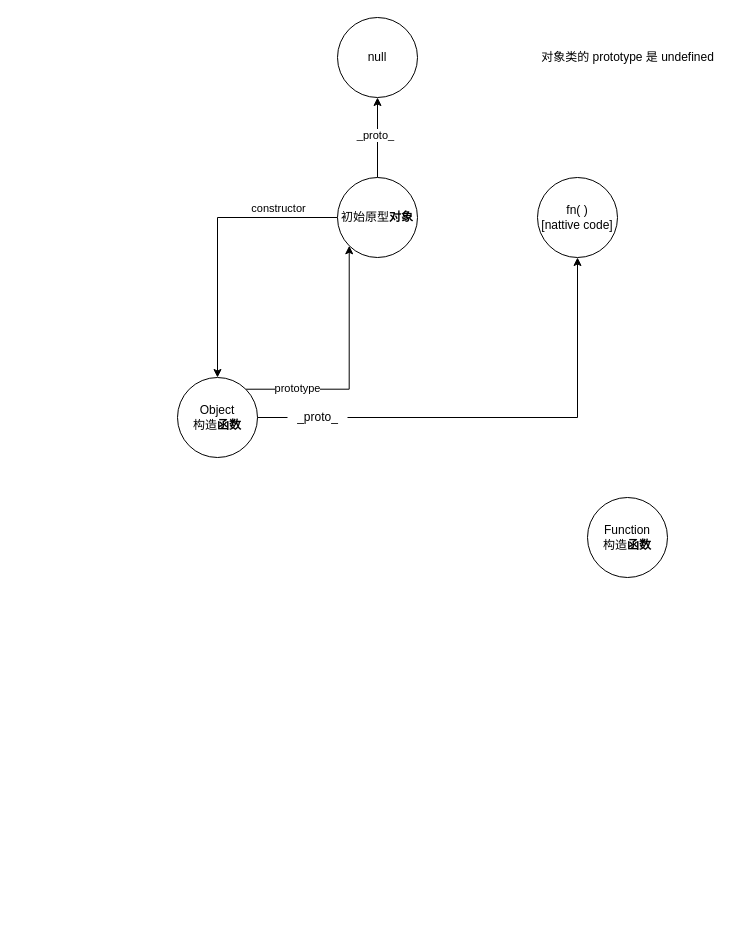
Before: js_object.drawio in landiy/drawio-repo, a draw.io diagram. Source tidied: cells renumbered, new cells numbered last; positions are measured from the earlier drawing's top-left corner, leaving out a move shared by most shapes. Both pictures are drawn from the tidied source at 100%, with x=0, y=0 at pixel (177, 17).
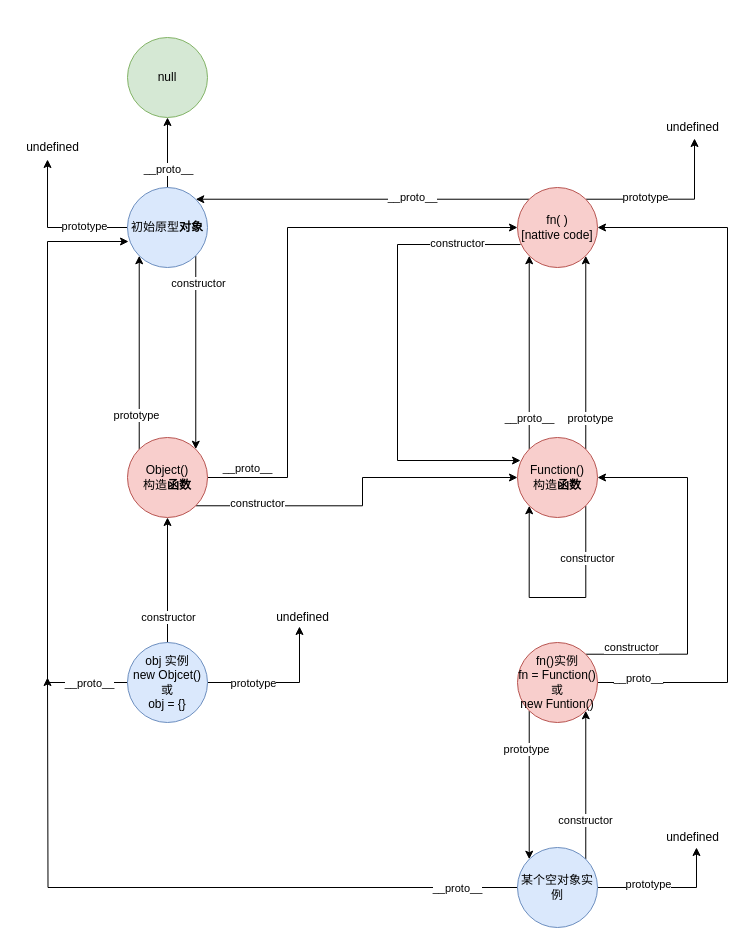
Above is the later version.

The change refers to these unchanged cells:
```xml
<mxCell id="4" style="edgeStyle=orthogonalEdgeStyle;rounded=0;jettySize=auto;html=1;exitX=0.5;exitY=0;exitDx=0;exitDy=0;entryX=0.5;entryY=1;entryDx=0;entryDy=0;" parent="1" edge="1" source="6" target="12">
  <mxGeometry relative="1" as="geometry" />
</mxCell>
```

What changed in the source:
```diff
@@
-    <mxCell id="2" style="edgeStyle=orthogonalEdgeStyle;rounded=0;jettySize=auto;html=1;exitX=0;exitY=0.5;exitDx=0;exitDy=0;" parent="1" edge="1" source="6" target="10">
-      <mxGeometry relative="1" as="geometry" />
-    </mxCell>
-    <mxCell id="3" value="constructor" style="edgeLabel;html=1;align=center;verticalAlign=middle;" parent="2" vertex="1">
-      <mxGeometry x="0.15" y="-1" relative="1" as="geometry">
-        <mxPoint x="61" y="-51" as="offset" />
-      </mxGeometry>
-    </mxCell>
@@
-    <mxCell id="5" value="_proto_" style="edgeLabel;html=1;align=center;verticalAlign=middle;" parent="4" vertex="1">
-      <mxGeometry x="0.07" y="3" relative="1" as="geometry" />
+    <mxCell id="5" value="__proto__" style="edgeLabel;html=1;align=center;verticalAlign=middle;" parent="4" vertex="1">
+      <mxGeometry x="0.07" y="3" relative="1" as="geometry">
+        <mxPoint x="3" y="18" as="offset" />
+      </mxGeometry>
     </mxCell>
+    <mxCell id="17" style="edgeStyle=orthogonalEdgeStyle;rounded=0;jettySize=auto;html=1;exitX=0;exitY=0.5;exitDx=0;exitDy=0;entryX=0.429;entryY=1.1;entryDx=0;entryDy=0;entryPerimeter=0;" parent="1" edge="1" source="6" target="38">
+      <mxGeometry relative="1" as="geometry" />
+    </mxCell>
+    <mxCell id="18" value="prototype" style="edgeLabel;html=1;align=center;verticalAlign=middle;" parent="17" vertex="1">
+      <mxGeometry x="-0.54" relative="1" as="geometry">
+        <mxPoint x="-10" y="-2" as="offset" />
+      </mxGeometry>
+    </mxCell>
+    <mxCell id="2" style="edgeStyle=orthogonalEdgeStyle;rounded=0;jettySize=auto;html=1;exitX=1;exitY=1;exitDx=0;exitDy=0;entryX=1;entryY=0;entryDx=0;entryDy=0;" parent="1" edge="1" source="6" target="10">
+      <mxGeometry relative="1" as="geometry" />
+    </mxCell>
+    <mxCell id="19" value="constructor" style="edgeLabel;html=1;align=center;verticalAlign=middle;" parent="2" vertex="1">
+      <mxGeometry x="-0.61" y="2" relative="1" as="geometry">
+        <mxPoint y="-11" as="offset" />
+      </mxGeometry>
+    </mxCell>
-    <mxCell id="6" value="初始原型&lt;b&gt;对象&lt;/b&gt;" style="ellipse;whiteSpace=wrap;html=1;" parent="1" vertex="1">
-      <mxGeometry x="160" y="160" width="80" height="80" as="geometry" />
+    <mxCell id="6" value="初始原型&lt;b&gt;对象&lt;/b&gt;" style="ellipse;whiteSpace=wrap;html=1;fillColor=#dae8fc;strokeColor=#6c8ebf;" parent="1" vertex="1">
+      <mxGeometry x="-50" y="170" width="80" height="80" as="geometry" />
     </mxCell>
+    <mxCell id="20" style="edgeStyle=orthogonalEdgeStyle;rounded=0;jettySize=auto;html=1;exitX=1;exitY=1;exitDx=0;exitDy=0;entryX=0;entryY=0.5;entryDx=0;entryDy=0;" parent="1" edge="1" source="10" target="11">
+      <mxGeometry relative="1" as="geometry" />
+    </mxCell>
+    <mxCell id="21" value="constructor" style="edgeLabel;html=1;align=center;verticalAlign=middle;" parent="20" vertex="1">
+      <mxGeometry x="-0.72" y="3" relative="1" as="geometry">
+        <mxPoint x="12" as="offset" />
+      </mxGeometry>
+    </mxCell>
-    <mxCell id="7" style="edgeStyle=orthogonalEdgeStyle;rounded=0;jettySize=auto;html=1;exitX=1;exitY=0;exitDx=0;exitDy=0;entryX=0;entryY=1;entryDx=0;entryDy=0;" parent="1" edge="1" source="10" target="6">
+    <mxCell id="7" style="edgeStyle=orthogonalEdgeStyle;rounded=0;jettySize=auto;html=1;exitX=0;exitY=0;exitDx=0;exitDy=0;entryX=0;entryY=1;entryDx=0;entryDy=0;" parent="1" edge="1" source="10" target="6">
       <mxGeometry relative="1" as="geometry" />
     </mxCell>
-    <mxCell id="8" value="prototype" style="edgeLabel;html=1;align=center;verticalAlign=middle;" parent="7" vertex="1">
-      <mxGeometry x="0.6" relative="1" as="geometry">
-        <mxPoint x="-52" y="92" as="offset" />
-      </mxGeometry>
-    </mxCell>
-    <mxCell id="9" style="edgeStyle=orthogonalEdgeStyle;rounded=0;jettySize=auto;html=1;exitX=1;exitY=0.5;exitDx=0;exitDy=0;startArrow=none;" parent="1" edge="1" source="15" target="14">
-      <mxGeometry relative="1" as="geometry" />
-    </mxCell>
+    <mxCell id="22" value="prototype" style="edgeLabel;html=1;align=center;verticalAlign=middle;" parent="7" vertex="1">
+      <mxGeometry x="-0.65" y="3" relative="1" as="geometry" />
+    </mxCell>
+    <mxCell id="23" style="edgeStyle=orthogonalEdgeStyle;rounded=0;jettySize=auto;html=1;exitX=1;exitY=0.5;exitDx=0;exitDy=0;entryX=0;entryY=0.5;entryDx=0;entryDy=0;" parent="1" edge="1" source="10" target="14">
+      <mxGeometry relative="1" as="geometry">
+        <Array as="points">
+          <mxPoint x="110" y="460" />
+          <mxPoint x="110" y="210" />
+        </Array>
+      </mxGeometry>
+    </mxCell>
+    <mxCell id="24" value="__proto__" style="edgeLabel;html=1;align=center;verticalAlign=middle;" parent="23" vertex="1">
+      <mxGeometry x="-0.91" y="2" relative="1" as="geometry">
+        <mxPoint x="14" y="-8" as="offset" />
+      </mxGeometry>
+    </mxCell>
-    <mxCell id="10" value="Object&lt;br&gt;构造&lt;b&gt;函数&lt;/b&gt;" style="ellipse;whiteSpace=wrap;html=1;" parent="1" vertex="1">
-      <mxGeometry y="360" width="80" height="80" as="geometry" />
+    <mxCell id="10" value="Object()&lt;br&gt;构造&lt;b&gt;函数&lt;/b&gt;" style="ellipse;whiteSpace=wrap;html=1;fillColor=#f8cecc;strokeColor=#b85450;" parent="1" vertex="1">
+      <mxGeometry x="-50" y="420" width="80" height="80" as="geometry" />
     </mxCell>
+    <mxCell id="25" style="edgeStyle=orthogonalEdgeStyle;rounded=0;jettySize=auto;html=1;exitX=1;exitY=0;exitDx=0;exitDy=0;entryX=1;entryY=1;entryDx=0;entryDy=0;" parent="1" edge="1" source="11" target="14">
+      <mxGeometry relative="1" as="geometry" />
+    </mxCell>
+    <mxCell id="26" value="prototype" style="edgeLabel;html=1;align=center;verticalAlign=middle;" parent="25" vertex="1">
+      <mxGeometry x="-0.73" y="-4" relative="1" as="geometry">
+        <mxPoint y="-5" as="offset" />
+      </mxGeometry>
+    </mxCell>
+    <mxCell id="27" style="edgeStyle=orthogonalEdgeStyle;rounded=0;orthogonalLoop=1;jettySize=auto;html=1;exitX=1;exitY=1;exitDx=0;exitDy=0;entryX=0;entryY=1;entryDx=0;entryDy=0;" parent="1" edge="1" source="11" target="11">
+      <mxGeometry relative="1" as="geometry">
+        <Array as="points">
+          <mxPoint x="408" y="580" />
+          <mxPoint x="352" y="580" />
+        </Array>
+      </mxGeometry>
+    </mxCell>
+    <mxCell id="28" value="constructor" style="edgeLabel;html=1;align=center;verticalAlign=middle;" parent="27" vertex="1">
+      <mxGeometry x="0.05" y="-2" relative="1" as="geometry">
+        <mxPoint x="35" y="-38" as="offset" />
+      </mxGeometry>
+    </mxCell>
+    <mxCell id="29" style="edgeStyle=orthogonalEdgeStyle;rounded=0;jettySize=auto;html=1;exitX=0;exitY=0;exitDx=0;exitDy=0;entryX=0;entryY=1;entryDx=0;entryDy=0;" parent="1" edge="1" source="11" target="14">
+      <mxGeometry relative="1" as="geometry" />
+    </mxCell>
+    <mxCell id="30" value="__proto__" style="edgeLabel;html=1;align=center;verticalAlign=middle;" parent="29" vertex="1">
+      <mxGeometry x="-0.74" relative="1" as="geometry">
+        <mxPoint y="-6" as="offset" />
+      </mxGeometry>
+    </mxCell>
-    <mxCell id="11" value="Function&lt;br&gt;构造&lt;b&gt;函数&lt;/b&gt;" style="ellipse;whiteSpace=wrap;html=1;" parent="1" vertex="1">
-      <mxGeometry x="410" y="480" width="80" height="80" as="geometry" />
+    <mxCell id="11" value="Function()&lt;br&gt;构造&lt;b&gt;函数&lt;/b&gt;" style="ellipse;whiteSpace=wrap;html=1;fillColor=#f8cecc;strokeColor=#b85450;" parent="1" vertex="1">
+      <mxGeometry x="340" y="420" width="80" height="80" as="geometry" />
     </mxCell>
-    <mxCell id="12" value="null" style="ellipse;whiteSpace=wrap;html=1;" parent="1" vertex="1">
-      <mxGeometry x="160" width="80" height="80" as="geometry" />
+    <mxCell id="12" value="null" style="ellipse;whiteSpace=wrap;html=1;fillColor=#d5e8d4;strokeColor=#82b366;" parent="1" vertex="1">
+      <mxGeometry x="-50" y="20" width="80" height="80" as="geometry" />
     </mxCell>
-    <mxCell id="13" value="对象类的 prototype 是 undefined" style="text;html=1;align=center;verticalAlign=middle;strokeColor=none;" parent="1" vertex="1">
-      <mxGeometry x="355" y="30" width="190" height="20" as="geometry" />
-    </mxCell>
+    <mxCell id="31" style="edgeStyle=orthogonalEdgeStyle;rounded=0;jettySize=auto;html=1;exitX=0.038;exitY=0.713;exitDx=0;exitDy=0;exitPerimeter=0;entryX=0.038;entryY=0.288;entryDx=0;entryDy=0;entryPerimeter=0;" parent="1" edge="1" source="14" target="11">
+      <mxGeometry relative="1" as="geometry">
+        <Array as="points">
+          <mxPoint x="220" y="227" />
+          <mxPoint x="220" y="443" />
+        </Array>
+      </mxGeometry>
+    </mxCell>
+    <mxCell id="32" value="constructor" style="edgeLabel;html=1;align=center;verticalAlign=middle;" parent="31" vertex="1">
+      <mxGeometry x="-0.87" y="-1" relative="1" as="geometry">
+        <mxPoint x="-34" y="-1" as="offset" />
+      </mxGeometry>
+    </mxCell>
+    <mxCell id="33" style="edgeStyle=orthogonalEdgeStyle;rounded=0;jettySize=auto;html=1;exitX=0;exitY=0;exitDx=0;exitDy=0;entryX=1;entryY=0;entryDx=0;entryDy=0;" parent="1" edge="1" source="14" target="6">
+      <mxGeometry relative="1" as="geometry" />
+    </mxCell>
+    <mxCell id="34" value="__proto__" style="edgeLabel;html=1;align=center;verticalAlign=middle;" parent="33" vertex="1">
+      <mxGeometry x="-0.3" y="-2" relative="1" as="geometry" />
+    </mxCell>
+    <mxCell id="35" style="edgeStyle=orthogonalEdgeStyle;rounded=0;jettySize=auto;html=1;exitX=1;exitY=0;exitDx=0;exitDy=0;entryX=0.529;entryY=1.05;entryDx=0;entryDy=0;entryPerimeter=0;" parent="1" edge="1" source="14" target="37">
+      <mxGeometry relative="1" as="geometry" />
+    </mxCell>
+    <mxCell id="36" value="prototype" style="edgeLabel;html=1;align=center;verticalAlign=middle;" parent="35" vertex="1">
+      <mxGeometry x="-0.5" relative="1" as="geometry">
+        <mxPoint x="17" y="-2" as="offset" />
+      </mxGeometry>
+    </mxCell>
-    <mxCell id="14" value="fn( )&lt;br&gt;[nattive code]" style="ellipse;whiteSpace=wrap;html=1;" parent="1" vertex="1">
-      <mxGeometry x="360" y="160" width="80" height="80" as="geometry" />
+    <mxCell id="14" value="fn( )&lt;br&gt;[nattive code]" style="ellipse;whiteSpace=wrap;html=1;fillColor=#f8cecc;strokeColor=#b85450;" parent="1" vertex="1">
+      <mxGeometry x="340" y="170" width="80" height="80" as="geometry" />
     </mxCell>
-    <mxCell id="15" value="_proto_" style="text;html=1;align=center;verticalAlign=middle;points=[];strokeColor=none;" parent="1" vertex="1">
-      <mxGeometry x="110" y="390" width="60" height="20" as="geometry" />
-    </mxCell>
-    <mxCell id="16" style="edgeStyle=orthogonalEdgeStyle;rounded=0;jettySize=auto;html=1;exitX=1;exitY=0.5;exitDx=0;exitDy=0;endArrow=none;" parent="1" edge="1" source="10" target="15">
-      <mxGeometry relative="1" as="geometry" />
-    </mxCell>
+    <mxCell id="37" value="undefined" style="text;html=1;align=center;verticalAlign=middle;points=[];strokeColor=none;" parent="1" vertex="1">
+      <mxGeometry x="480" y="100" width="70" height="20" as="geometry" />
+    </mxCell>
+    <mxCell id="38" value="undefined" style="text;html=1;align=center;verticalAlign=middle;points=[];strokeColor=none;" parent="1" vertex="1">
+      <mxGeometry x="-160" y="120" width="70" height="20" as="geometry" />
+    </mxCell>
+    <mxCell id="39" style="edgeStyle=orthogonalEdgeStyle;rounded=0;jettySize=auto;html=1;exitX=0.5;exitY=0;exitDx=0;exitDy=0;" parent="1" edge="1" source="45" target="10">
+      <mxGeometry relative="1" as="geometry" />
+    </mxCell>
+    <mxCell id="40" value="constructor" style="edgeLabel;html=1;align=center;verticalAlign=middle;" parent="39" vertex="1">
+      <mxGeometry x="-0.58" relative="1" as="geometry" />
+    </mxCell>
+    <mxCell id="41" style="edgeStyle=orthogonalEdgeStyle;rounded=0;jettySize=auto;html=1;exitX=0;exitY=0.5;exitDx=0;exitDy=0;entryX=0.013;entryY=0.675;entryDx=0;entryDy=0;entryPerimeter=0;" parent="1" edge="1" source="45" target="6">
+      <mxGeometry relative="1" as="geometry">
+        <Array as="points">
+          <mxPoint x="-130" y="665" />
+          <mxPoint x="-130" y="224" />
+        </Array>
+      </mxGeometry>
+    </mxCell>
+    <mxCell id="42" value="__proto__" style="edgeLabel;html=1;align=center;verticalAlign=middle;" parent="41" vertex="1">
+      <mxGeometry x="-0.87" y="-1" relative="1" as="geometry">
+        <mxPoint y="1" as="offset" />
+      </mxGeometry>
+    </mxCell>
+    <mxCell id="43" style="edgeStyle=orthogonalEdgeStyle;rounded=0;jettySize=auto;html=1;exitX=1;exitY=0.5;exitDx=0;exitDy=0;entryX=0.457;entryY=0.95;entryDx=0;entryDy=0;entryPerimeter=0;" parent="1" edge="1" source="45" target="46">
+      <mxGeometry relative="1" as="geometry" />
+    </mxCell>
+    <mxCell id="44" value="prototype" style="edgeLabel;html=1;align=center;verticalAlign=middle;" parent="43" vertex="1">
+      <mxGeometry x="-0.56" relative="1" as="geometry">
+        <mxPoint x="12" as="offset" />
+      </mxGeometry>
+    </mxCell>
+    <mxCell id="45" value="obj 实例&lt;br&gt;new Objcet()&lt;br&gt;或&lt;br&gt;obj = {}" style="ellipse;whiteSpace=wrap;html=1;fillColor=#dae8fc;strokeColor=#6c8ebf;" parent="1" vertex="1">
+      <mxGeometry x="-50" y="625" width="80" height="80" as="geometry" />
+    </mxCell>
+    <mxCell id="46" value="undefined" style="text;html=1;align=center;verticalAlign=middle;points=[];strokeColor=none;" parent="1" vertex="1">
+      <mxGeometry x="90" y="590" width="70" height="20" as="geometry" />
+    </mxCell>
+    <mxCell id="47" style="edgeStyle=orthogonalEdgeStyle;rounded=0;jettySize=auto;html=1;exitX=1;exitY=0;exitDx=0;exitDy=0;entryX=1;entryY=0.5;entryDx=0;entryDy=0;" parent="1" edge="1" source="53" target="11">
+      <mxGeometry relative="1" as="geometry">
+        <Array as="points">
+          <mxPoint x="510" y="637" />
+          <mxPoint x="510" y="460" />
+        </Array>
+      </mxGeometry>
+    </mxCell>
+    <mxCell id="48" value="constructor" style="edgeLabel;html=1;align=center;verticalAlign=middle;" parent="47" vertex="1">
+      <mxGeometry x="-0.85" y="2" relative="1" as="geometry">
+        <mxPoint x="17" y="-5" as="offset" />
+      </mxGeometry>
+    </mxCell>
+    <mxCell id="49" style="edgeStyle=orthogonalEdgeStyle;rounded=0;jettySize=auto;html=1;exitX=1;exitY=0.5;exitDx=0;exitDy=0;entryX=1;entryY=0.5;entryDx=0;entryDy=0;" parent="1" edge="1" source="53" target="14">
+      <mxGeometry relative="1" as="geometry">
+        <Array as="points">
+          <mxPoint x="550" y="665" />
+          <mxPoint x="550" y="210" />
+        </Array>
+      </mxGeometry>
+    </mxCell>
+    <mxCell id="50" value="__proto__" style="edgeLabel;html=1;align=center;verticalAlign=middle;" parent="49" vertex="1">
+      <mxGeometry x="-0.9" y="-1" relative="1" as="geometry">
+        <mxPoint x="4" y="-6" as="offset" />
+      </mxGeometry>
+    </mxCell>
+    <mxCell id="51" style="edgeStyle=orthogonalEdgeStyle;rounded=0;jettySize=auto;html=1;exitX=0;exitY=1;exitDx=0;exitDy=0;entryX=0;entryY=0;entryDx=0;entryDy=0;" parent="1" edge="1" source="53" target="60">
+      <mxGeometry relative="1" as="geometry" />
+    </mxCell>
+    <mxCell id="52" value="prototype" style="edgeLabel;html=1;align=center;verticalAlign=middle;" parent="51" vertex="1">
+      <mxGeometry x="-0.49" y="-3" relative="1" as="geometry" />
+    </mxCell>
+    <mxCell id="53" value="fn()实例&lt;br&gt;fn = Function()&lt;br&gt;或&lt;br&gt;new Funtion()" style="ellipse;whiteSpace=wrap;html=1;fillColor=#f8cecc;strokeColor=#b85450;" parent="1" vertex="1">
+      <mxGeometry x="340" y="625" width="80" height="80" as="geometry" />
+    </mxCell>
+    <mxCell id="54" style="edgeStyle=orthogonalEdgeStyle;rounded=0;jettySize=auto;html=1;exitX=1;exitY=0;exitDx=0;exitDy=0;entryX=1;entryY=1;entryDx=0;entryDy=0;" parent="1" edge="1" source="60" target="53">
+      <mxGeometry relative="1" as="geometry" />
+    </mxCell>
+    <mxCell id="55" value="constructor" style="edgeLabel;html=1;align=center;verticalAlign=middle;" parent="54" vertex="1">
+      <mxGeometry x="-0.48" y="1" relative="1" as="geometry" />
+    </mxCell>
+    <mxCell id="56" style="edgeStyle=orthogonalEdgeStyle;rounded=0;jettySize=auto;html=1;exitX=1;exitY=0.5;exitDx=0;exitDy=0;entryX=0.557;entryY=1;entryDx=0;entryDy=0;entryPerimeter=0;" parent="1" edge="1" source="60" target="61">
+      <mxGeometry relative="1" as="geometry" />
+    </mxCell>
+    <mxCell id="57" value="prototype" style="edgeLabel;html=1;align=center;verticalAlign=middle;" parent="56" vertex="1">
+      <mxGeometry x="-0.57" y="4" relative="1" as="geometry">
+        <mxPoint x="20" as="offset" />
+      </mxGeometry>
+    </mxCell>
+    <mxCell id="58" style="edgeStyle=orthogonalEdgeStyle;rounded=0;jettySize=auto;html=1;exitX=0;exitY=0.5;exitDx=0;exitDy=0;" parent="1" edge="1" source="60">
+      <mxGeometry relative="1" as="geometry">
+        <mxPoint x="-130" y="660" as="targetPoint" />
+      </mxGeometry>
+    </mxCell>
+    <mxCell id="59" value="__proto__" style="edgeLabel;html=1;align=center;verticalAlign=middle;" parent="58" vertex="1">
+      <mxGeometry x="-0.84" y="2" relative="1" as="geometry">
+        <mxPoint x="-7" y="-2" as="offset" />
+      </mxGeometry>
+    </mxCell>
+    <mxCell id="60" value="某个空对象实例" style="ellipse;whiteSpace=wrap;html=1;fillColor=#dae8fc;strokeColor=#6c8ebf;" parent="1" vertex="1">
+      <mxGeometry x="340" y="830" width="80" height="80" as="geometry" />
+    </mxCell>
+    <mxCell id="61" value="undefined" style="text;html=1;align=center;verticalAlign=middle;points=[];strokeColor=none;" parent="1" vertex="1">
+      <mxGeometry x="480" y="810" width="70" height="20" as="geometry" />
+    </mxCell>
```
